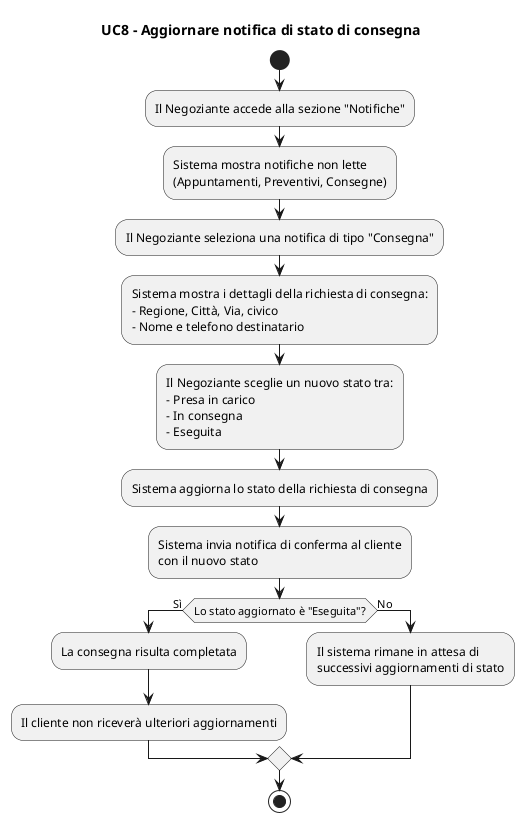
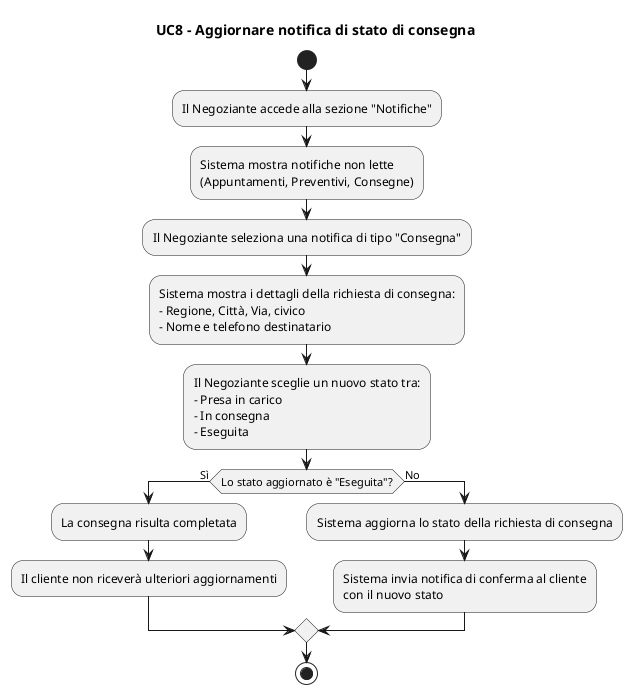
@startuml

title UC8 - Aggiornare notifica di stato di consegna
start

:Il Negoziante accede alla sezione "Notifiche";
:Sistema mostra notifiche non lette
(Appuntamenti, Preventivi, Consegne);
:Il Negoziante seleziona una notifica di tipo "Consegna";

:Sistema mostra i dettagli della richiesta di consegna:
- Regione, Città, Via, civico
- Nome e telefono destinatario;

:Il Negoziante sceglie un nuovo stato tra:
- Presa in carico
- In consegna
- Eseguita;
- 
- :Sistema aggiorna lo stato della richiesta di consegna;
- 
- :Sistema invia notifica di conferma al cliente
- con il nuovo stato;
- 
if (Lo stato aggiornato è "Eseguita"?) then (Sì)
  :La consegna risulta completata;
  :Il cliente non riceverà ulteriori aggiornamenti;
else (No)
-   :Il sistema rimane in attesa di
-   successivi aggiornamenti di stato;
+ :Sistema aggiorna lo stato della richiesta di consegna;
+ :Sistema invia notifica di conferma al cliente
+ con il nuovo stato;
endif
- 
stop
@enduml